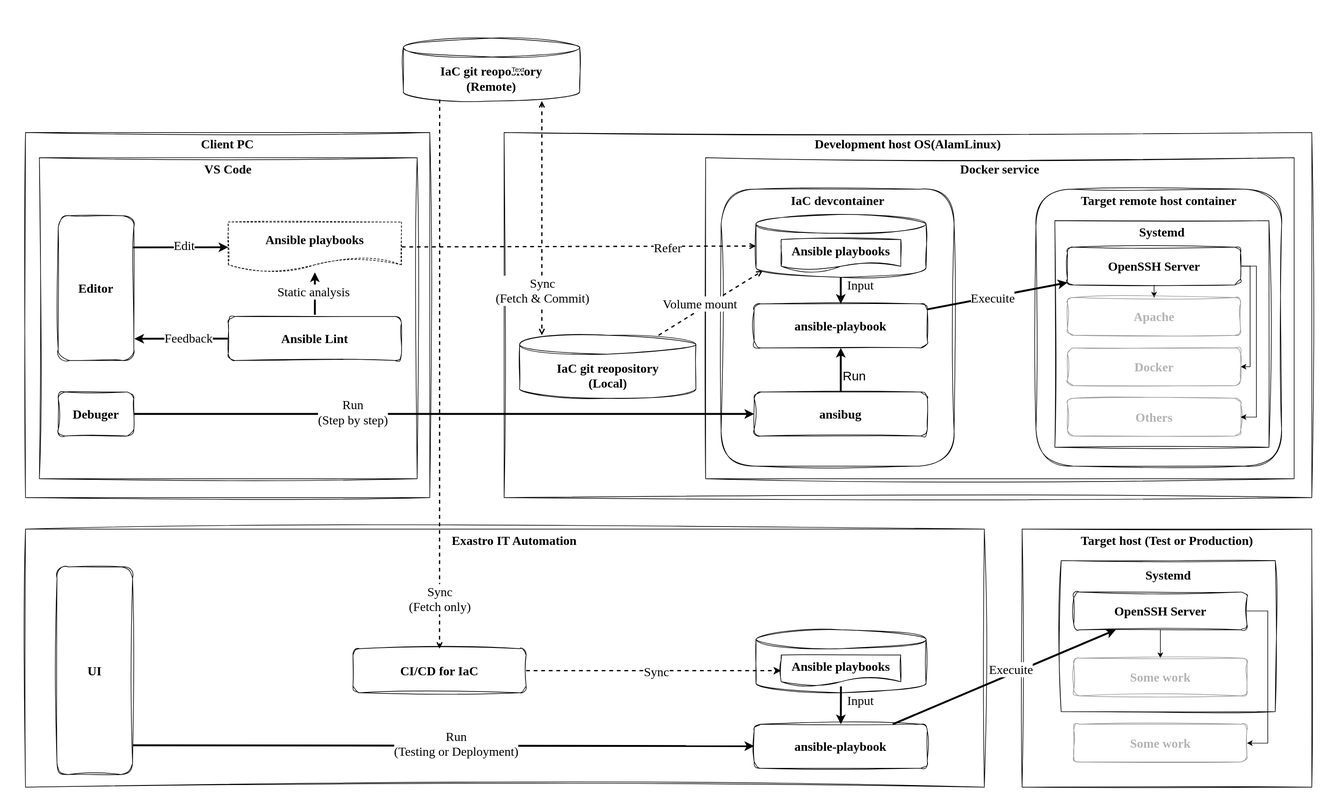
kuwahara-kazuya/exastro-iac-devcontainer keeps this draw.io diagram as images/exastro-iac-devcontainer-diagram.svg. Above is the earlier version. Source tidied: cells renumbered, new cells last; positions are measured from the earlier drawing's top-left corner, leaving out a move shared by most shapes.
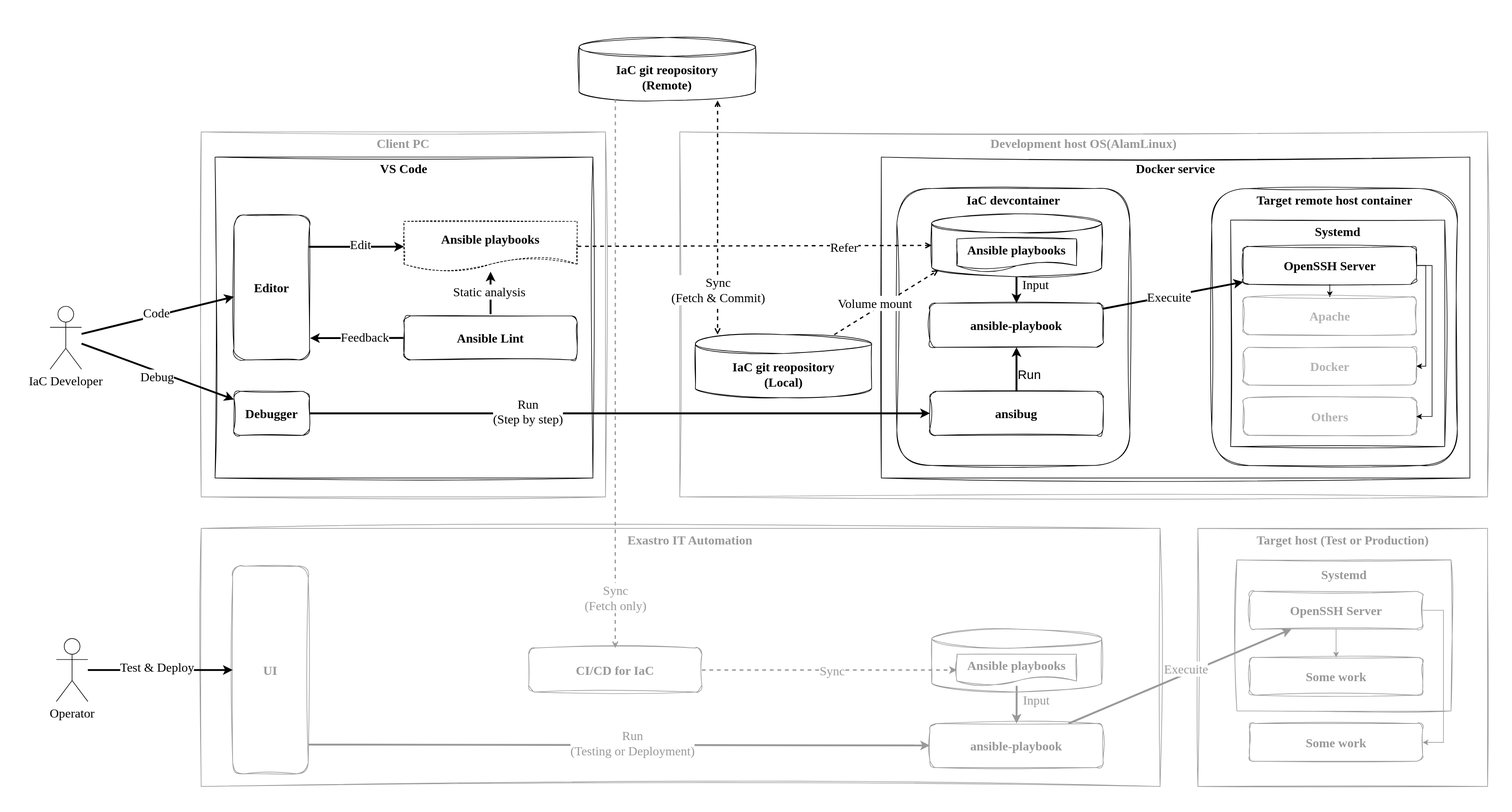
Later version of the same file.

Commit message:
Refactor code structure for improved readability and maintainability

What changed in the source:
```diff
@@ -5,5 +5,5 @@
     <mxCell id="2" value="&lt;p&gt;&lt;br&gt;&lt;/p&gt;" style="rounded=0;whiteSpace=wrap;html=1;sketch=1;curveFitting=1;jiggle=2;verticalAlign=top;fontSize=20;fontFamily=Comic Sans MS;fontStyle=1;strokeColor=none;" parent="1" vertex="1">
-      <mxGeometry width="2120" height="1290" as="geometry" />
+      <mxGeometry x="-280" width="2400" height="1290" as="geometry" />
     </mxCell>
-    <mxCell id="3" value="&lt;p&gt;&lt;font&gt;Development host OS(AlamLinux)&lt;/font&gt;&lt;/p&gt;" style="rounded=0;whiteSpace=wrap;html=1;sketch=1;curveFitting=1;jiggle=2;verticalAlign=top;fontSize=20;fontFamily=Comic Sans MS;fontStyle=1;spacing=2;spacingTop=-20;" parent="1" vertex="1">
+    <mxCell id="3" value="&lt;p&gt;&lt;font&gt;Development host OS(AlamLinux)&lt;/font&gt;&lt;/p&gt;" style="rounded=0;whiteSpace=wrap;html=1;sketch=1;curveFitting=1;jiggle=2;verticalAlign=top;fontSize=20;fontFamily=Comic Sans MS;fontStyle=1;spacing=2;spacingTop=-20;strokeColor=#999999;fontColor=#999999;" parent="1" vertex="1">
       <mxGeometry x="800" y="210" width="1282.7" height="580" as="geometry" />
@@ -13,5 +13,2 @@
     </mxCell>
-    <mxCell id="5" value="Text" style="text;html=1;align=center;verticalAlign=middle;fontFamily=Helvetica;fontSize=11;fontColor=default;labelBackgroundColor=default;" parent="4" vertex="1">
-      <mxGeometry x="162" y="35" width="40" height="30" as="geometry" />
-    </mxCell>
     <mxCell id="6" value="&lt;p&gt;&lt;font&gt;Docker service&lt;/font&gt;&lt;/p&gt;" style="rounded=0;whiteSpace=wrap;html=1;sketch=1;curveFitting=1;jiggle=2;verticalAlign=top;fontSize=20;fontFamily=Comic Sans MS;fontStyle=1;spacing=2;spacingTop=-20;" parent="1" vertex="1">
@@ -51,3 +48,3 @@
     </mxCell>
-    <mxCell id="16" value="&lt;p&gt;&lt;font&gt;Client PC&lt;/font&gt;&lt;/p&gt;" style="rounded=0;whiteSpace=wrap;html=1;sketch=1;curveFitting=1;jiggle=2;verticalAlign=top;fontSize=20;fontFamily=Comic Sans MS;fontStyle=1;spacing=2;spacingTop=-20;" parent="1" vertex="1">
+    <mxCell id="16" value="&lt;p&gt;&lt;font&gt;Client PC&lt;/font&gt;&lt;/p&gt;" style="rounded=0;whiteSpace=wrap;html=1;sketch=1;curveFitting=1;jiggle=2;verticalAlign=top;fontSize=20;fontFamily=Comic Sans MS;fontStyle=1;spacing=2;spacingTop=-20;strokeColor=#999999;fontColor=#999999;" parent="1" vertex="1">
       <mxGeometry x="40" y="210" width="642" height="580" as="geometry" />
@@ -74,3 +71,3 @@
     </mxCell>
-    <mxCell id="23" value="Debuger" style="rounded=1;whiteSpace=wrap;html=1;sketch=1;curveFitting=1;jiggle=2;verticalAlign=middle;fontSize=20;fontFamily=Comic Sans MS;fontStyle=1;" parent="1" vertex="1">
+    <mxCell id="23" value="Debugger" style="rounded=1;whiteSpace=wrap;html=1;sketch=1;curveFitting=1;jiggle=2;verticalAlign=middle;fontSize=20;fontFamily=Comic Sans MS;fontStyle=1;" parent="1" vertex="1">
       <mxGeometry x="92" y="622.2" width="120" height="70" as="geometry" />
@@ -158,12 +155,12 @@
     </mxCell>
-    <mxCell id="43" value="&lt;p&gt;&lt;font&gt;Exastro IT Automation&lt;/font&gt;&lt;/p&gt;" style="rounded=0;whiteSpace=wrap;html=1;sketch=1;curveFitting=1;jiggle=2;verticalAlign=top;fontSize=20;fontFamily=Comic Sans MS;fontStyle=1;spacing=2;spacingTop=-20;align=center;spacingLeft=30;" parent="1" vertex="1">
+    <mxCell id="43" value="&lt;p&gt;&lt;font&gt;Exastro IT Automation&lt;/font&gt;&lt;/p&gt;" style="rounded=0;whiteSpace=wrap;html=1;sketch=1;curveFitting=1;jiggle=2;verticalAlign=top;fontSize=20;fontFamily=Comic Sans MS;fontStyle=1;spacing=2;spacingTop=-20;align=center;spacingLeft=30;strokeColor=#999999;fontColor=#999999;" parent="1" vertex="1">
       <mxGeometry x="40" y="840" width="1522.7" height="410" as="geometry" />
     </mxCell>
-    <mxCell id="44" value="&lt;p&gt;&lt;font&gt;ansible-playbook&lt;/font&gt;&lt;/p&gt;" style="rounded=1;whiteSpace=wrap;html=1;sketch=1;curveFitting=1;jiggle=2;verticalAlign=middle;fontSize=20;fontFamily=Comic Sans MS;fontStyle=1;" parent="1" vertex="1">
+    <mxCell id="44" value="&lt;p&gt;&lt;font&gt;ansible-playbook&lt;/font&gt;&lt;/p&gt;" style="rounded=1;whiteSpace=wrap;html=1;sketch=1;curveFitting=1;jiggle=2;verticalAlign=middle;fontSize=20;fontFamily=Comic Sans MS;fontStyle=1;strokeColor=#999999;fontColor=#999999;" parent="1" vertex="1">
       <mxGeometry x="1197.2" y="1150" width="275" height="70" as="geometry" />
     </mxCell>
-    <mxCell id="45" style="rounded=0;jettySize=auto;html=1;strokeWidth=2;fontSize=20;dashed=1;endArrow=open;endFill=0;startArrow=none;startFill=0;entryX=0.5;entryY=0;entryDx=0;entryDy=0;exitX=0.206;exitY=0.976;exitDx=0;exitDy=0;exitPerimeter=0;" parent="1" edge="1" source="4" target="52">
+    <mxCell id="45" style="rounded=0;jettySize=auto;html=1;strokeWidth=2;fontSize=20;dashed=1;endArrow=open;endFill=0;startArrow=none;startFill=0;entryX=0.5;entryY=0;entryDx=0;entryDy=0;exitX=0.206;exitY=0.976;exitDx=0;exitDy=0;exitPerimeter=0;strokeColor=#999999;" parent="1" edge="1" source="4" target="52">
       <mxGeometry relative="1" as="geometry" />
     </mxCell>
-    <mxCell id="46" value="&lt;div&gt;Sync&lt;/div&gt;&lt;div&gt;(Fetch only)&lt;/div&gt;" style="edgeLabel;html=1;align=center;verticalAlign=middle;fontFamily=Comic Sans MS;fontSize=20;fontColor=default;labelBackgroundColor=default;fillColor=none;gradientColor=none;" parent="45" vertex="1">
+    <mxCell id="46" value="&lt;div&gt;Sync&lt;/div&gt;&lt;div&gt;(Fetch only)&lt;/div&gt;" style="edgeLabel;html=1;align=center;verticalAlign=middle;fontFamily=Comic Sans MS;fontSize=20;fontColor=#999999;labelBackgroundColor=default;fillColor=none;gradientColor=none;" parent="45" vertex="1">
       <mxGeometry x="0.28" y="4" relative="1" as="geometry">
@@ -172,24 +169,24 @@
     </mxCell>
-    <mxCell id="47" value="&lt;p&gt;&lt;font&gt;Target host (Test or Production)&lt;/font&gt;&lt;/p&gt;" style="rounded=0;whiteSpace=wrap;html=1;sketch=1;curveFitting=1;jiggle=2;verticalAlign=top;fontSize=20;fontFamily=Comic Sans MS;fontStyle=1;spacing=2;spacingTop=-20;" parent="1" vertex="1">
+    <mxCell id="47" value="&lt;p&gt;&lt;font&gt;Target host (Test or Production)&lt;/font&gt;&lt;/p&gt;" style="rounded=0;whiteSpace=wrap;html=1;sketch=1;curveFitting=1;jiggle=2;verticalAlign=top;fontSize=20;fontFamily=Comic Sans MS;fontStyle=1;spacing=2;spacingTop=-20;strokeColor=#999999;fontColor=#999999;" parent="1" vertex="1">
       <mxGeometry x="1622.7" y="840" width="460" height="410" as="geometry" />
     </mxCell>
-    <mxCell id="48" value="&lt;p&gt;&lt;font&gt;Systemd&lt;/font&gt;&lt;/p&gt;" style="rounded=0;whiteSpace=wrap;html=1;sketch=1;curveFitting=1;jiggle=2;verticalAlign=top;fontSize=20;fontFamily=Comic Sans MS;fontStyle=1;spacingTop=-15;" parent="1" vertex="1">
+    <mxCell id="48" value="&lt;p&gt;&lt;font&gt;Systemd&lt;/font&gt;&lt;/p&gt;" style="rounded=0;whiteSpace=wrap;html=1;sketch=1;curveFitting=1;jiggle=2;verticalAlign=top;fontSize=20;fontFamily=Comic Sans MS;fontStyle=1;spacingTop=-15;strokeColor=#999999;fontColor=#999999;" parent="1" vertex="1">
       <mxGeometry x="1684.7" y="890" width="340" height="240" as="geometry" />
     </mxCell>
-    <mxCell id="49" style="edgeStyle=orthogonalEdgeStyle;rounded=0;jettySize=auto;html=1;fontFamily=Helvetica;fontSize=20;fontColor=default;labelBackgroundColor=default;" parent="1" edge="1" source="50" target="51">
+    <mxCell id="49" style="edgeStyle=orthogonalEdgeStyle;rounded=0;jettySize=auto;html=1;fontFamily=Helvetica;fontSize=20;fontColor=#999999;labelBackgroundColor=default;strokeColor=#999999;" parent="1" edge="1" source="50" target="51">
       <mxGeometry relative="1" as="geometry" />
     </mxCell>
-    <mxCell id="50" value="&lt;p&gt;&lt;font&gt;OpenSSH Server&lt;/font&gt;&lt;/p&gt;" style="rounded=1;whiteSpace=wrap;html=1;sketch=1;curveFitting=1;jiggle=2;verticalAlign=middle;fontSize=20;fontFamily=Comic Sans MS;fontStyle=1;" parent="1" vertex="1">
+    <mxCell id="50" value="&lt;p&gt;&lt;font&gt;OpenSSH Server&lt;/font&gt;&lt;/p&gt;" style="rounded=1;whiteSpace=wrap;html=1;sketch=1;curveFitting=1;jiggle=2;verticalAlign=middle;fontSize=20;fontFamily=Comic Sans MS;fontStyle=1;strokeColor=#999999;fontColor=#999999;" parent="1" vertex="1">
       <mxGeometry x="1704.7" y="940" width="275" height="60" as="geometry" />
     </mxCell>
-    <mxCell id="51" value="&lt;p&gt;&lt;font&gt;Some work&lt;/font&gt;&lt;/p&gt;" style="rounded=1;whiteSpace=wrap;html=1;sketch=1;curveFitting=1;jiggle=2;verticalAlign=middle;fontSize=20;fontFamily=Comic Sans MS;fontStyle=1;fontColor=#B3B3B3;strokeColor=#999999;" parent="1" vertex="1">
+    <mxCell id="51" value="&lt;p&gt;&lt;font&gt;Some work&lt;/font&gt;&lt;/p&gt;" style="rounded=1;whiteSpace=wrap;html=1;sketch=1;curveFitting=1;jiggle=2;verticalAlign=middle;fontSize=20;fontFamily=Comic Sans MS;fontStyle=1;fontColor=#999999;strokeColor=#999999;" parent="1" vertex="1">
       <mxGeometry x="1704.7" y="1045" width="275" height="60" as="geometry" />
     </mxCell>
-    <mxCell id="52" value="&lt;p&gt;&lt;font&gt;CI/CD for IaC&lt;/font&gt;&lt;/p&gt;" style="rounded=1;whiteSpace=wrap;html=1;sketch=1;curveFitting=1;jiggle=2;verticalAlign=middle;fontSize=20;fontFamily=Comic Sans MS;fontStyle=1;" parent="1" vertex="1">
+    <mxCell id="52" value="&lt;p&gt;&lt;font&gt;CI/CD for IaC&lt;/font&gt;&lt;/p&gt;" style="rounded=1;whiteSpace=wrap;html=1;sketch=1;curveFitting=1;jiggle=2;verticalAlign=middle;fontSize=20;fontFamily=Comic Sans MS;fontStyle=1;strokeColor=#999999;fontColor=#999999;" parent="1" vertex="1">
       <mxGeometry x="560" y="1030" width="275" height="70" as="geometry" />
     </mxCell>
-    <mxCell id="53" style="rounded=0;jettySize=auto;html=1;strokeWidth=3;fontSize=20;" parent="1" edge="1" source="44" target="50">
+    <mxCell id="53" style="rounded=0;jettySize=auto;html=1;strokeWidth=3;fontSize=20;fontColor=#999999;strokeColor=#999999;" parent="1" edge="1" source="44" target="50">
       <mxGeometry relative="1" as="geometry" />
     </mxCell>
-    <mxCell id="54" value="Execuite" style="edgeLabel;html=1;align=center;verticalAlign=middle;fontFamily=Comic Sans MS;fontSize=20;fontColor=default;labelBackgroundColor=default;fillColor=none;gradientColor=none;" parent="53" vertex="1">
+    <mxCell id="54" value="Execuite" style="edgeLabel;html=1;align=center;verticalAlign=middle;fontFamily=Comic Sans MS;fontSize=20;fontColor=#999999;labelBackgroundColor=default;fillColor=none;gradientColor=none;" parent="53" vertex="1">
       <mxGeometry x="0.28" y="4" relative="1" as="geometry">
@@ -198,9 +195,9 @@
     </mxCell>
-    <mxCell id="55" style="shape=cylinder3;whiteSpace=wrap;html=1;boundedLbl=1;backgroundOutline=1;size=15;sketch=1;curveFitting=1;jiggle=2;fontSize=20;fontFamily=Comic Sans MS;fontStyle=1;" parent="1" vertex="1">
+    <mxCell id="55" style="shape=cylinder3;whiteSpace=wrap;html=1;boundedLbl=1;backgroundOutline=1;size=15;sketch=1;curveFitting=1;jiggle=2;fontSize=20;fontFamily=Comic Sans MS;fontStyle=1;strokeColor=#999999;fontColor=#999999;" parent="1" vertex="1">
       <mxGeometry x="1200" y="1000" width="270" height="100" as="geometry" />
     </mxCell>
-    <mxCell id="56" style="rounded=0;jettySize=auto;html=1;strokeWidth=3;fontSize=20;" parent="1" edge="1" source="58" target="44">
+    <mxCell id="56" style="rounded=0;jettySize=auto;html=1;strokeWidth=3;fontSize=20;fontColor=#999999;strokeColor=#999999;" parent="1" edge="1" source="58" target="44">
       <mxGeometry relative="1" as="geometry" />
     </mxCell>
-    <mxCell id="57" value="Input" style="edgeLabel;html=1;align=center;verticalAlign=middle;fontFamily=Comic Sans MS;fontSize=20;fontColor=default;labelBackgroundColor=default;fillColor=none;gradientColor=none;" parent="56" vertex="1">
+    <mxCell id="57" value="Input" style="edgeLabel;html=1;align=center;verticalAlign=middle;fontFamily=Comic Sans MS;fontSize=20;fontColor=#999999;labelBackgroundColor=default;fillColor=none;gradientColor=none;" parent="56" vertex="1">
       <mxGeometry x="-0.65" y="-2" relative="1" as="geometry">
@@ -209,9 +206,9 @@
     </mxCell>
-    <mxCell id="58" value="Ansible playbooks" style="shape=document;whiteSpace=wrap;html=1;boundedLbl=1;sketch=1;curveFitting=1;jiggle=2;fontSize=20;fontFamily=Comic Sans MS;fontStyle=1;" parent="1" vertex="1">
+    <mxCell id="58" value="Ansible playbooks" style="shape=document;whiteSpace=wrap;html=1;boundedLbl=1;sketch=1;curveFitting=1;jiggle=2;fontSize=20;fontFamily=Comic Sans MS;fontStyle=1;strokeColor=#999999;fontColor=#999999;" parent="1" vertex="1">
       <mxGeometry x="1240" y="1040" width="190" height="50" as="geometry" />
     </mxCell>
-    <mxCell id="59" style="rounded=0;jettySize=auto;html=1;strokeWidth=2;fontSize=20;dashed=1;" parent="1" edge="1" source="52" target="58">
+    <mxCell id="59" style="rounded=0;jettySize=auto;html=1;strokeWidth=2;fontSize=20;dashed=1;fontColor=#999999;strokeColor=#999999;" parent="1" edge="1" source="52" target="58">
       <mxGeometry relative="1" as="geometry" />
     </mxCell>
-    <mxCell id="60" value="Sync" style="edgeLabel;html=1;align=center;verticalAlign=middle;fontFamily=Comic Sans MS;fontSize=20;fontColor=default;labelBackgroundColor=default;fillColor=none;gradientColor=none;" parent="59" vertex="1">
+    <mxCell id="60" value="Sync" style="edgeLabel;html=1;align=center;verticalAlign=middle;fontFamily=Comic Sans MS;fontSize=20;fontColor=#999999;labelBackgroundColor=default;fillColor=none;gradientColor=none;" parent="59" vertex="1">
       <mxGeometry x="-0.65" y="-2" relative="1" as="geometry">
@@ -220,6 +217,6 @@
     </mxCell>
-    <mxCell id="61" value="&lt;p&gt;Some work&lt;/p&gt;" style="rounded=1;whiteSpace=wrap;html=1;sketch=1;curveFitting=1;jiggle=2;verticalAlign=middle;fontSize=20;fontFamily=Comic Sans MS;fontStyle=1;fontColor=#B3B3B3;strokeColor=#999999;" parent="1" vertex="1">
+    <mxCell id="61" value="&lt;p&gt;Some work&lt;/p&gt;" style="rounded=1;whiteSpace=wrap;html=1;sketch=1;curveFitting=1;jiggle=2;verticalAlign=middle;fontSize=20;fontFamily=Comic Sans MS;fontStyle=1;fontColor=#999999;strokeColor=#999999;" parent="1" vertex="1">
       <mxGeometry x="1704.7" y="1150" width="275" height="60" as="geometry" />
     </mxCell>
-    <mxCell id="62" style="edgeStyle=orthogonalEdgeStyle;rounded=0;jettySize=auto;html=1;fontFamily=Helvetica;fontSize=20;fontColor=default;labelBackgroundColor=default;" parent="1" edge="1" source="50" target="61">
+    <mxCell id="62" style="edgeStyle=orthogonalEdgeStyle;rounded=0;jettySize=auto;html=1;fontFamily=Helvetica;fontSize=20;fontColor=#999999;labelBackgroundColor=default;strokeColor=#999999;" parent="1" edge="1" source="50" target="61">
       <mxGeometry relative="1" as="geometry">
@@ -248,9 +245,9 @@
     </mxCell>
-    <mxCell id="68" value="&lt;p&gt;&lt;font&gt;UI&lt;/font&gt;&lt;/p&gt;" style="rounded=1;whiteSpace=wrap;html=1;sketch=1;curveFitting=1;jiggle=2;verticalAlign=middle;fontSize=20;fontFamily=Comic Sans MS;fontStyle=1;" parent="1" vertex="1">
+    <mxCell id="68" value="&lt;p&gt;&lt;font&gt;UI&lt;/font&gt;&lt;/p&gt;" style="rounded=1;whiteSpace=wrap;html=1;sketch=1;curveFitting=1;jiggle=2;verticalAlign=middle;fontSize=20;fontFamily=Comic Sans MS;fontStyle=1;strokeColor=#999999;fontColor=#999999;" parent="1" vertex="1">
       <mxGeometry x="90" y="900" width="120" height="330" as="geometry" />
     </mxCell>
-    <mxCell id="69" style="rounded=0;jettySize=auto;html=1;strokeWidth=3;fontSize=20;exitX=1.004;exitY=0.859;exitDx=0;exitDy=0;exitPerimeter=0;" parent="1" edge="1" source="68" target="44">
+    <mxCell id="69" style="rounded=0;jettySize=auto;html=1;strokeWidth=3;fontSize=20;exitX=1.004;exitY=0.859;exitDx=0;exitDy=0;exitPerimeter=0;fontColor=#999999;strokeColor=#999999;" parent="1" edge="1" source="68" target="44">
       <mxGeometry relative="1" as="geometry" />
     </mxCell>
-    <mxCell id="70" value="Run&lt;br&gt;(Testing or Deployment)" style="edgeLabel;html=1;align=center;verticalAlign=middle;fontFamily=Comic Sans MS;fontSize=20;fontColor=default;labelBackgroundColor=default;fillColor=none;gradientColor=none;" parent="69" vertex="1">
+    <mxCell id="70" value="Run&lt;br&gt;(Testing or Deployment)" style="edgeLabel;html=1;align=center;verticalAlign=middle;fontFamily=Comic Sans MS;fontSize=20;fontColor=#999999;labelBackgroundColor=default;fillColor=none;gradientColor=none;" parent="69" vertex="1">
       <mxGeometry x="0.28" y="4" relative="1" as="geometry">
@@ -259,2 +256,32 @@
     </mxCell>
+    <mxCell id="71" value="&lt;font style=&quot;font-size: 20px;&quot; face=&quot;Comic Sans MS&quot;&gt;IaC Developer&lt;/font&gt;" style="shape=umlActor;verticalLabelPosition=bottom;verticalAlign=top;html=1;outlineConnect=0;" parent="1" vertex="1">
+      <mxGeometry x="-200" y="487.2" width="50" height="100" as="geometry" />
+    </mxCell>
+    <mxCell id="72" value="&lt;font face=&quot;Comic Sans MS&quot; style=&quot;font-size: 20px;&quot;&gt;Operator&lt;/font&gt;" style="shape=umlActor;verticalLabelPosition=bottom;verticalAlign=top;html=1;outlineConnect=0;" parent="1" vertex="1">
+      <mxGeometry x="-190" y="1015" width="50" height="100" as="geometry" />
+    </mxCell>
+    <mxCell id="73" style="rounded=0;jettySize=auto;html=1;strokeWidth=3;fontSize=20;" parent="1" edge="1" source="71" target="21">
+      <mxGeometry relative="1" as="geometry" />
+    </mxCell>
+    <mxCell id="74" value="&lt;div&gt;Code&lt;/div&gt;" style="edgeLabel;html=1;align=center;verticalAlign=middle;fontFamily=Comic Sans MS;fontSize=20;fontColor=default;labelBackgroundColor=default;fillColor=none;gradientColor=none;" parent="73" vertex="1">
+      <mxGeometry x="0.28" y="4" relative="1" as="geometry">
+        <mxPoint x="-36" y="7" as="offset" />
+      </mxGeometry>
+    </mxCell>
+    <mxCell id="75" style="rounded=0;jettySize=auto;html=1;strokeWidth=3;fontSize=20;" parent="1" edge="1" source="71" target="23">
+      <mxGeometry relative="1" as="geometry" />
+    </mxCell>
+    <mxCell id="76" value="&lt;div&gt;Debug&lt;/div&gt;" style="edgeLabel;html=1;align=center;verticalAlign=middle;fontFamily=Comic Sans MS;fontSize=20;fontColor=default;labelBackgroundColor=default;fillColor=none;gradientColor=none;" parent="75" vertex="1">
+      <mxGeometry x="0.28" y="4" relative="1" as="geometry">
+        <mxPoint x="-38" y="-2" as="offset" />
+      </mxGeometry>
+    </mxCell>
+    <mxCell id="77" style="rounded=0;jettySize=auto;html=1;strokeWidth=3;fontSize=20;" parent="1" edge="1" source="72" target="68">
+      <mxGeometry relative="1" as="geometry" />
+    </mxCell>
+    <mxCell id="78" value="&lt;div&gt;Test &amp;amp; Deploy&lt;/div&gt;" style="edgeLabel;html=1;align=center;verticalAlign=middle;fontFamily=Comic Sans MS;fontSize=20;fontColor=default;labelBackgroundColor=default;fillColor=none;gradientColor=none;" parent="77" vertex="1">
+      <mxGeometry x="0.28" y="4" relative="1" as="geometry">
+        <mxPoint x="-38" y="-2" as="offset" />
+      </mxGeometry>
+    </mxCell>
   </root>
```
